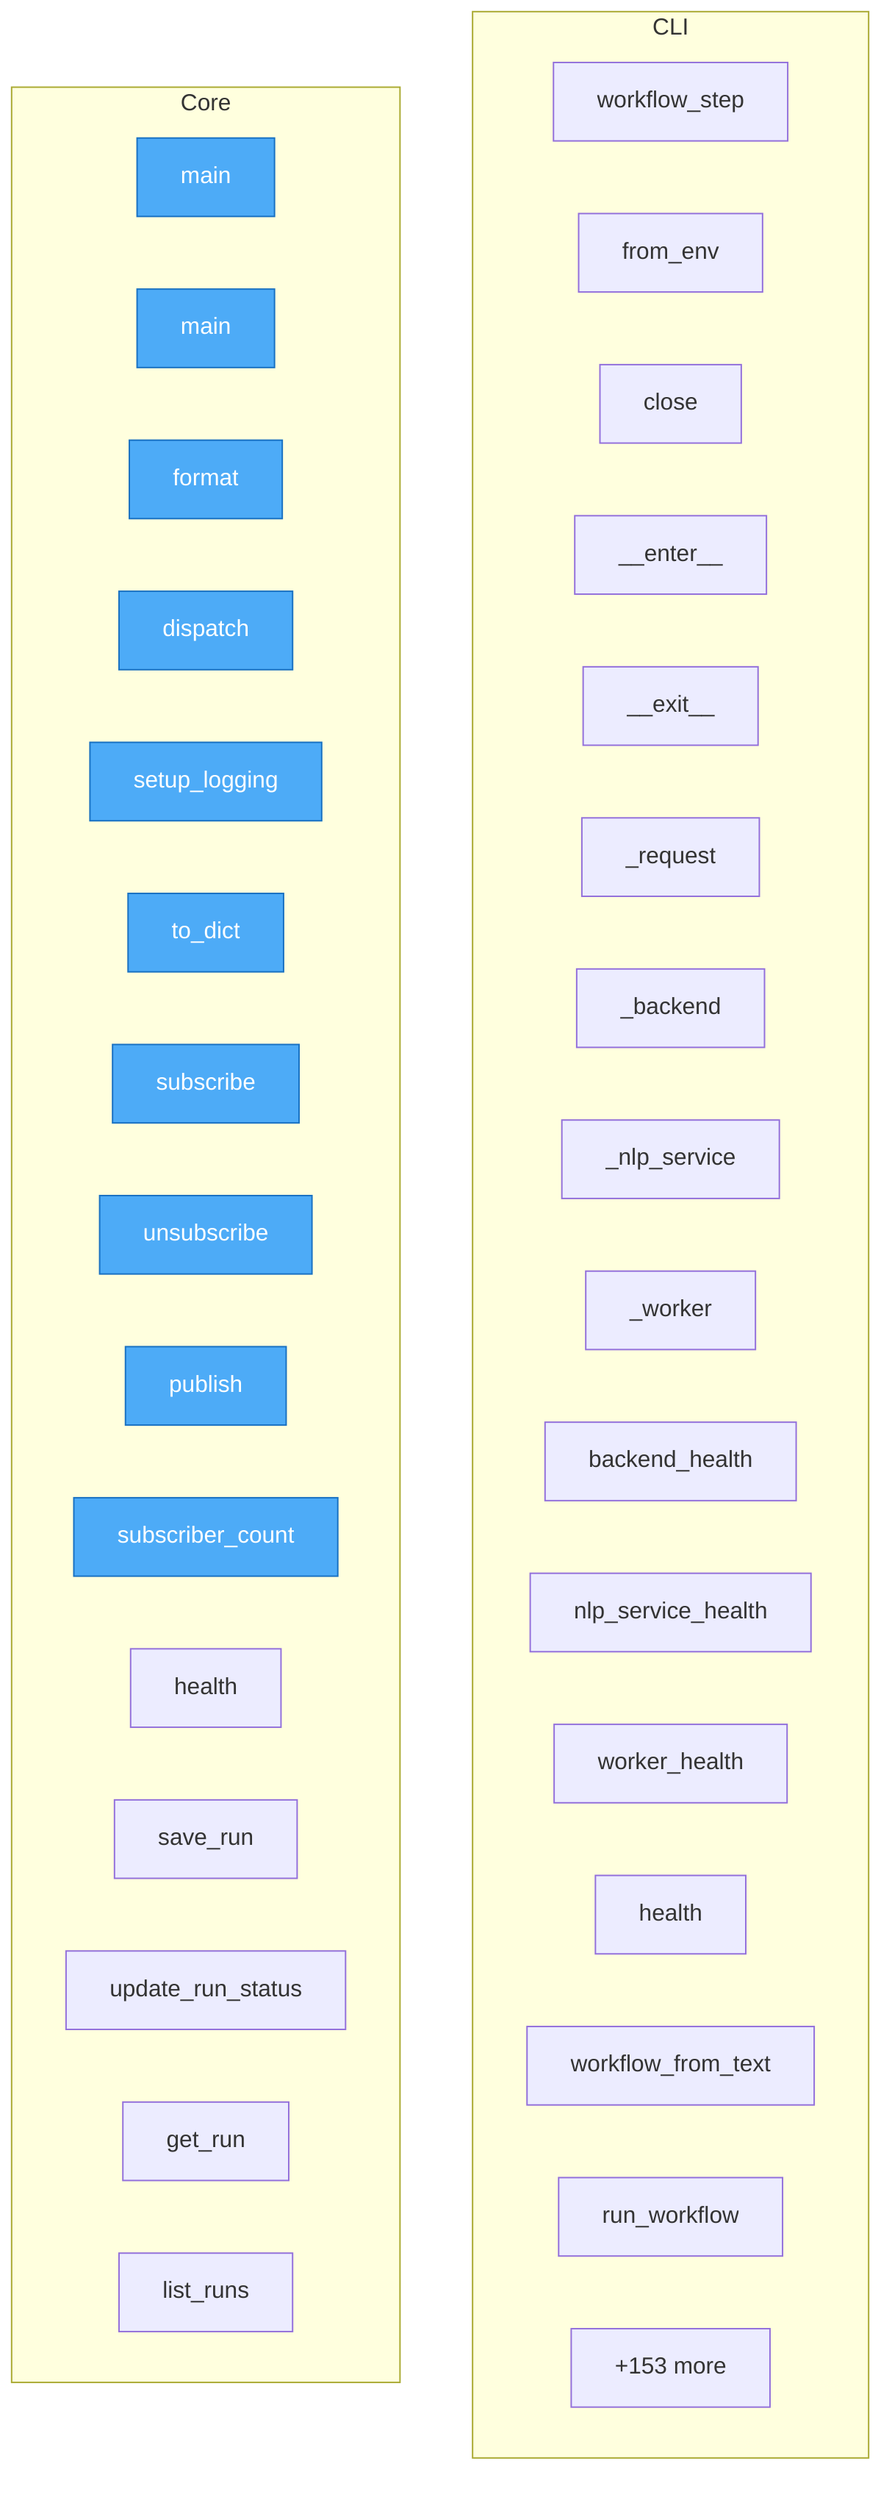
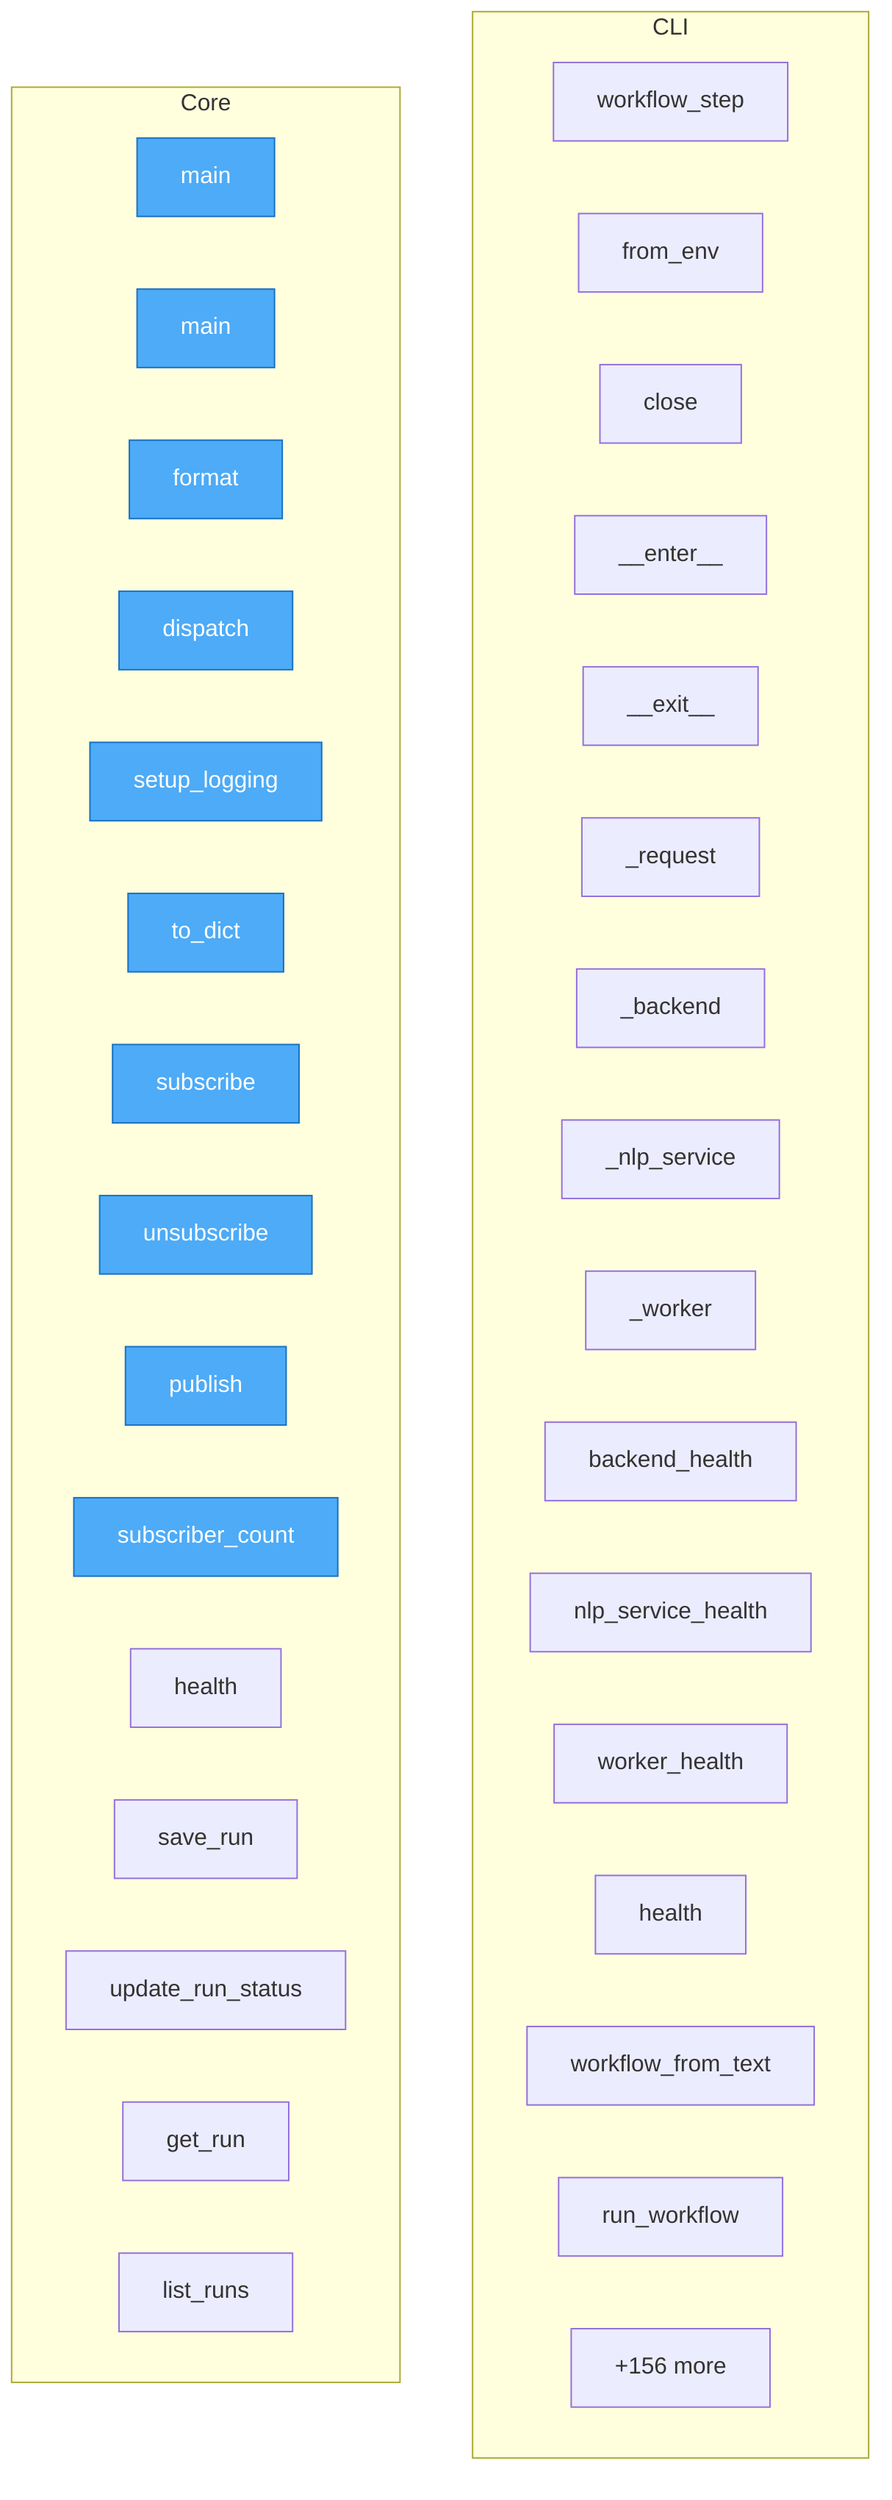
flowchart TD
%% generated in 0.02s

    %% Entry points (blue)
    classDef entry fill:#4dabf7,stroke:#1971c2,color:#fff

    subgraph CLI
        nlp2dsl_sdk__client__workflow_step["workflow_step"]
        nlp2dsl_sdk__client__NLP2DSLClient__from_env["from_env"]
        nlp2dsl_sdk__client__NLP2DSLClient__close["close"]
        nlp2dsl_sdk__client__NLP2DSLClient____enter__["__enter__"]
        nlp2dsl_sdk__client__NLP2DSLClient____exit__["__exit__"]
        nlp2dsl_sdk__client__NLP2DSLClient___request["_request"]
        nlp2dsl_sdk__client__NLP2DSLClient___backend["_backend"]
        nlp2dsl_sdk__client__NLP2DSLClient___nlp_service["_nlp_service"]
        nlp2dsl_sdk__client__NLP2DSLClient___worker["_worker"]
        nlp2dsl_sdk__client__NLP2DSLClient__backend_health["backend_health"]
        nlp2dsl_sdk__client__NLP2DSLClient__nlp_service_health["nlp_service_health"]
        nlp2dsl_sdk__client__NLP2DSLClient__worker_health["worker_health"]
        nlp2dsl_sdk__client__NLP2DSLClient__health["health"]
        nlp2dsl_sdk__client__NLP2DSLClient__workflow_from_text["workflow_from_text"]
        nlp2dsl_sdk__client__NLP2DSLClient__run_workflow["run_workflow"]
        ...["+34 more"]
    end

    subgraph Core
        tauri_wrapper__src_tauri__build__main["main"]
        tauri_wrapper__src_tauri__src__main__main["main"]
        backend__app__logging_setup__JSONFormatter__format["format"]
        backend__app__logging_setup__RequestIDMiddleware__dispatch["dispatch"]
        backend__app__logging_setup__setup_logging["setup_logging"]
        backend__app__workflow_events__WorkflowEvent__to_dict["to_dict"]
        backend__app__workflow_events__WorkflowEventHub__subscribe["subscribe"]
        backend__app__workflow_events__WorkflowEventHub__unsubscribe["unsubscribe"]
        backend__app__workflow_events__WorkflowEventHub__publish["publish"]
        backend__app__workflow_events__WorkflowEventHub__subscriber_count["subscriber_count"]
        backend__app__main__health["health"]
        backend__app__db__memory__MemoryWorkflowRepo__save_run["save_run"]
        backend__app__db__memory__MemoryWorkflowRepo__update_run_status["update_run_status"]
        backend__app__db__memory__MemoryWorkflowRepo__get_run["get_run"]
        backend__app__db__memory__MemoryWorkflowRepo__list_runs["list_runs"]
-         ...["+153 more"]
+         ...["+156 more"]
    end

    class tauri_wrapper__src_tauri__build__main,tauri_wrapper__src_tauri__src__main__main,backend__app__logging_setup__JSONFormatter__format,backend__app__logging_setup__RequestIDMiddleware__dispatch,backend__app__logging_setup__setup_logging,backend__app__workflow_events__WorkflowEvent__to_dict,backend__app__workflow_events__WorkflowEventHub__subscribe,backend__app__workflow_events__WorkflowEventHub__unsubscribe,backend__app__workflow_events__WorkflowEventHub__publish,backend__app__workflow_events__WorkflowEventHub__subscriber_count entry
